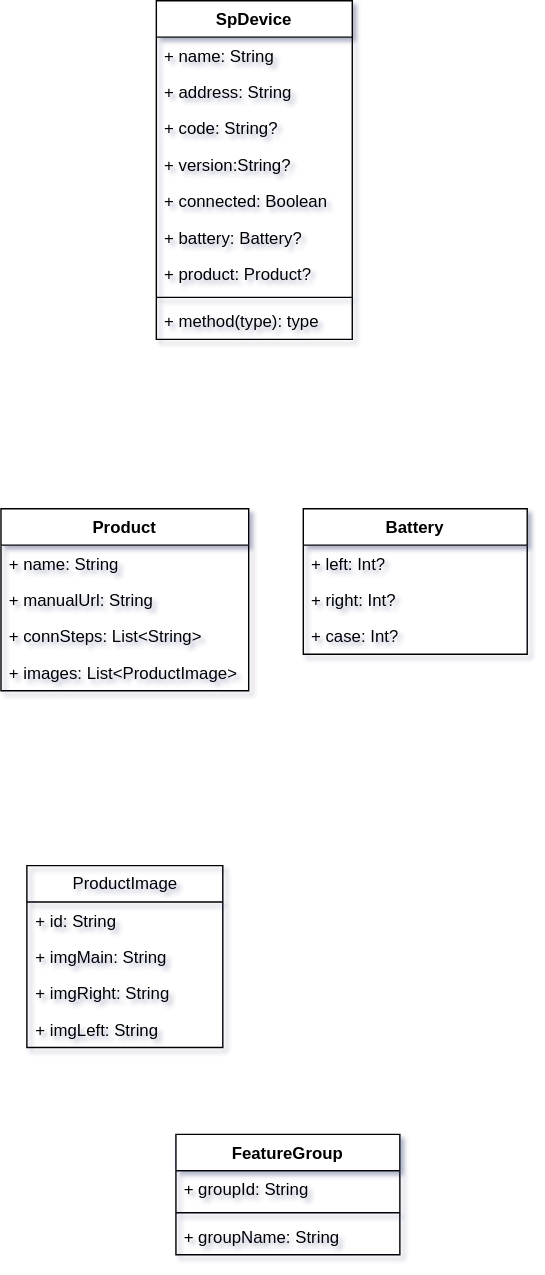
kekemao00/draw-libs keeps this draw.io diagram as 未命名绘图.drawio.svg. Above is the earlier version. Source tidied: cells renumbered, new cells last; positions are measured from the earlier drawing's top-left corner, leaving out a move shared by most shapes.
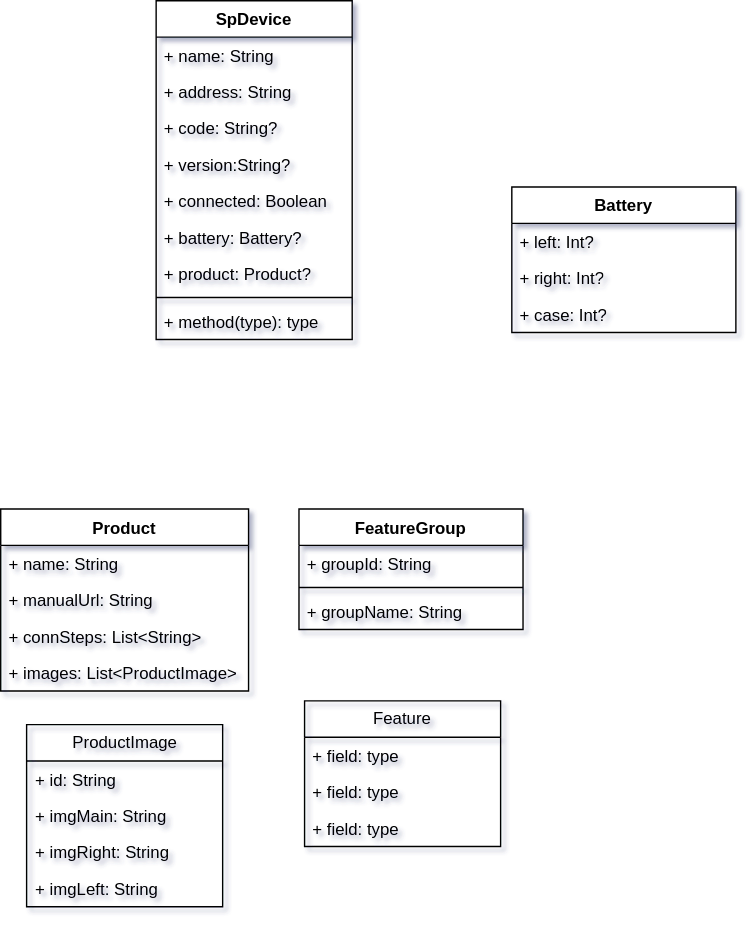
After the commit.

Commit message:
更新未命名绘图.drawio.svg

Change to the diagram source:
```diff
@@ -33,7 +33,7 @@
       <mxGeometry y="216" width="140" height="26" as="geometry" />
     </mxCell>
     <mxCell id="12" value="Battery" style="swimlane;fontStyle=1;align=center;verticalAlign=top;horizontal=1;startSize=26;whiteSpace=wrap;html=1;labelBackgroundColor=none;rounded=0;" parent="1" vertex="1">
-      <mxGeometry x="216" y="363" width="160" height="104" as="geometry" />
+      <mxGeometry x="365" y="133" width="160" height="104" as="geometry" />
     </mxCell>
     <mxCell id="13" value="+&amp;nbsp;left: Int?" style="text;strokeColor=none;fillColor=none;align=left;verticalAlign=top;spacingLeft=4;spacingRight=4;overflow=hidden;whiteSpace=wrap;html=1;labelBackgroundColor=none;rounded=0;" parent="12" vertex="1">
       <mxGeometry y="26" width="160" height="26" as="geometry" />
@@ -60,7 +60,7 @@
       <mxGeometry y="104" width="177" height="26" as="geometry" />
     </mxCell>
     <mxCell id="21" value="ProductImage" style="swimlane;fontStyle=0;horizontal=1;startSize=26;fillColor=none;whiteSpace=wrap;html=1;" parent="1" vertex="1">
-      <mxGeometry x="18.5" y="618" width="140" height="130" as="geometry" />
+      <mxGeometry x="18.5" y="517" width="140" height="130" as="geometry" />
     </mxCell>
     <mxCell id="22" value="+ id: String" style="text;strokeColor=none;fillColor=none;align=left;verticalAlign=top;spacingLeft=4;spacingRight=4;overflow=hidden;whiteSpace=wrap;html=1;" parent="21" vertex="1">
       <mxGeometry y="26" width="140" height="26" as="geometry" />
@@ -75,7 +75,7 @@
       <mxGeometry y="104" width="140" height="26" as="geometry" />
     </mxCell>
     <mxCell id="26" value="FeatureGroup" style="swimlane;fontStyle=1;align=center;verticalAlign=top;horizontal=1;startSize=26;whiteSpace=wrap;html=1;" parent="1" vertex="1">
-      <mxGeometry x="125" y="810" width="160" height="86" as="geometry" />
+      <mxGeometry x="213" y="363" width="160" height="86" as="geometry" />
     </mxCell>
     <mxCell id="27" value="+ groupId: String" style="text;strokeColor=none;fillColor=none;align=left;verticalAlign=top;spacingLeft=4;spacingRight=4;overflow=hidden;whiteSpace=wrap;html=1;" parent="26" vertex="1">
       <mxGeometry y="26" width="160" height="26" as="geometry" />
@@ -86,5 +86,17 @@
     <mxCell id="29" value="+ groupName: String" style="text;strokeColor=none;fillColor=none;align=left;verticalAlign=top;spacingLeft=4;spacingRight=4;overflow=hidden;whiteSpace=wrap;html=1;" parent="26" vertex="1">
       <mxGeometry y="60" width="160" height="26" as="geometry" />
     </mxCell>
+    <mxCell id="30" value="Feature" style="swimlane;fontStyle=0;horizontal=1;startSize=26;fillColor=none;whiteSpace=wrap;html=1;" parent="1" vertex="1">
+      <mxGeometry x="217" y="500" width="140" height="104" as="geometry" />
+    </mxCell>
+    <mxCell id="31" value="+ field: type" style="text;strokeColor=none;fillColor=none;align=left;verticalAlign=top;spacingLeft=4;spacingRight=4;overflow=hidden;whiteSpace=wrap;html=1;" parent="30" vertex="1">
+      <mxGeometry y="26" width="140" height="26" as="geometry" />
+    </mxCell>
+    <mxCell id="32" value="+ field: type" style="text;strokeColor=none;fillColor=none;align=left;verticalAlign=top;spacingLeft=4;spacingRight=4;overflow=hidden;whiteSpace=wrap;html=1;" parent="30" vertex="1">
+      <mxGeometry y="52" width="140" height="26" as="geometry" />
+    </mxCell>
+    <mxCell id="33" value="+ field: type" style="text;strokeColor=none;fillColor=none;align=left;verticalAlign=top;spacingLeft=4;spacingRight=4;overflow=hidden;whiteSpace=wrap;html=1;" parent="30" vertex="1">
+      <mxGeometry y="78" width="140" height="26" as="geometry" />
+    </mxCell>
   </root>
 </mxGraphModel>
```
